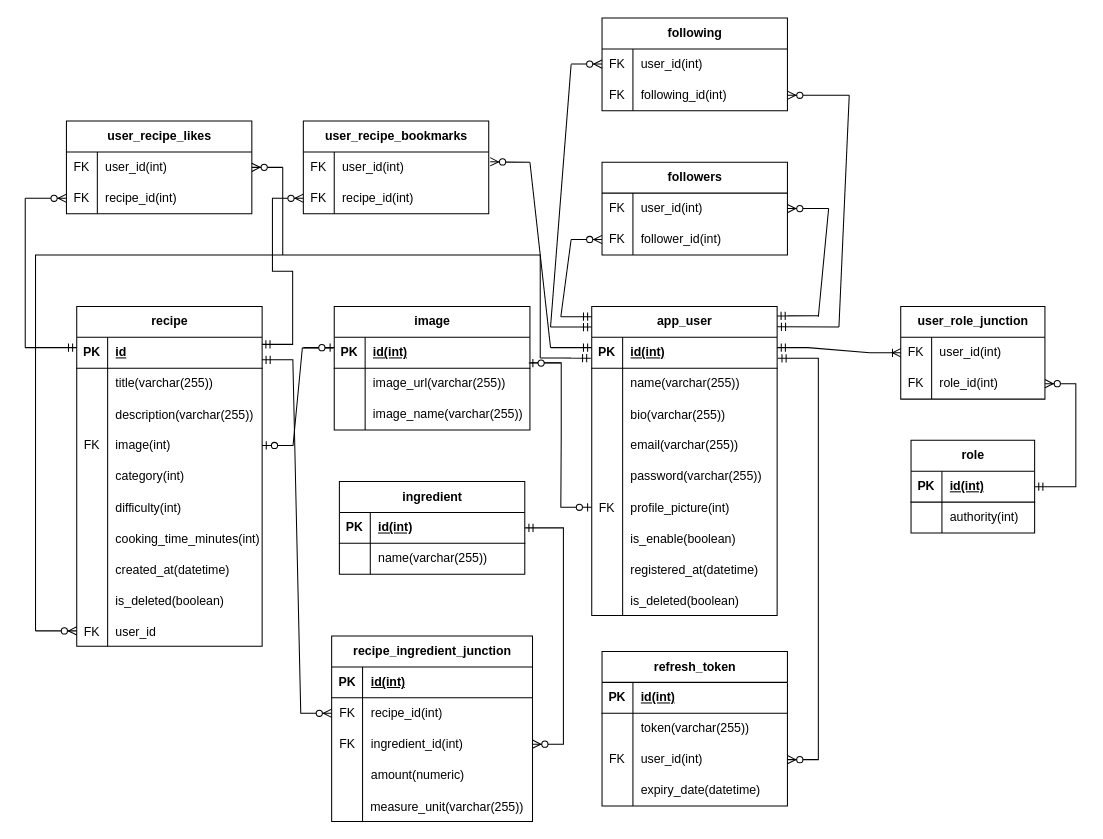
nastenka-ooops/CooksCorner keeps this draw.io diagram as diagrams/ERD.drawio. Above is the earlier version. Source tidied: cells renumbered, new cells numbered last; positions are measured from the earlier drawing's top-left corner, leaving out a move shared by most shapes. Both pictures are drawn from the tidied source at 103%, with x=0, y=0 at pixel (25, 18).
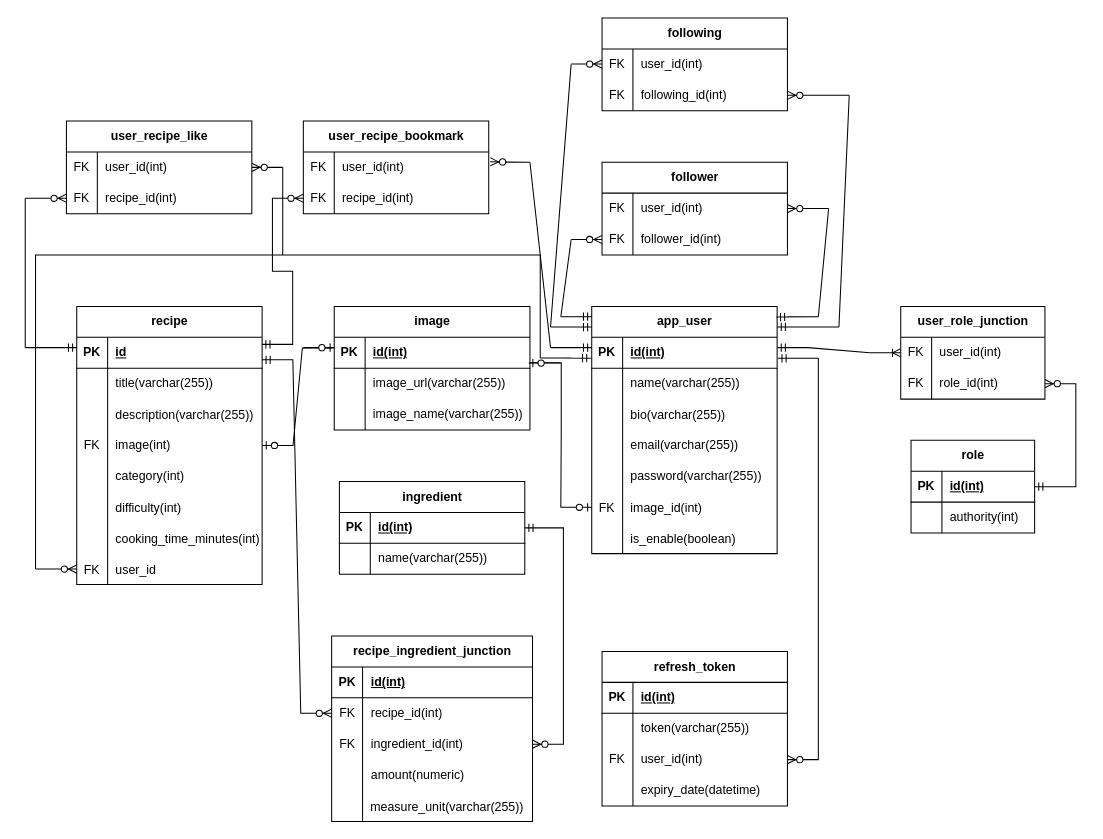
The same diagram, later.

The change refers to these unchanged cells:
```xml
<mxCell id="18" style="shape=tableRow;horizontal=0;startSize=0;swimlaneHead=0;swimlaneBody=0;fillColor=none;points=[[0,0.5],[1,0.5]];portConstraint=eastwest;top=0;left=0;right=0;bottom=0;" parent="2" vertex="1">
  <mxGeometry y="180" width="180" height="30" as="geometry" />
</mxCell>
```

Change to the diagram source:
```diff
@@
     <mxCell id="2" value="app_user" style="shape=table;startSize=30;childLayout=tableLayout;rowLines=0;fontStyle=1;align=center;html=1;" parent="1" vertex="1">
-      <mxGeometry x="550" y="280" width="180" height="300" as="geometry" />
+      <mxGeometry x="550" y="280" width="180" height="240" as="geometry" />
     </mxCell>
@@
-    <mxCell id="20" value="profile_picture(int)" style="shape=partialRectangle;fillColor=none;top=0;left=0;bottom=0;right=0;align=left;spacingLeft=6;overflow=hidden;" parent="18" vertex="1">
+    <mxCell id="20" value="image_id(int)" style="shape=partialRectangle;fillColor=none;top=0;left=0;bottom=0;right=0;align=left;spacingLeft=6;overflow=hidden;" parent="18" vertex="1">
       <mxGeometry x="30" width="150" height="30" as="geometry" />
     </mxCell>
@@
-    <mxCell id="24" style="shape=tableRow;horizontal=0;startSize=0;swimlaneHead=0;swimlaneBody=0;fillColor=none;top=0;left=0;right=0;bottom=0;" parent="2" vertex="1">
-      <mxGeometry y="240" width="180" height="30" as="geometry" />
-    </mxCell>
-    <mxCell id="25" style="shape=partialRectangle;fillColor=none;top=0;left=0;bottom=0;right=0;overflow=hidden;" parent="24" vertex="1">
-      <mxGeometry width="30" height="30" as="geometry" />
-    </mxCell>
-    <mxCell id="26" value="registered_at(datetime)" style="shape=partialRectangle;fillColor=none;top=0;left=0;bottom=0;right=0;align=left;spacingLeft=6;overflow=hidden;" parent="24" vertex="1">
-      <mxGeometry x="30" width="150" height="30" as="geometry" />
-    </mxCell>
-    <mxCell id="27" style="shape=tableRow;horizontal=0;startSize=0;swimlaneHead=0;swimlaneBody=0;fillColor=none;top=0;left=0;right=0;bottom=0;" parent="2" vertex="1">
-      <mxGeometry y="270" width="180" height="30" as="geometry" />
-    </mxCell>
-    <mxCell id="28" style="shape=partialRectangle;fillColor=none;top=0;left=0;bottom=0;right=0;overflow=hidden;" parent="27" vertex="1">
-      <mxGeometry width="30" height="30" as="geometry" />
-    </mxCell>
-    <mxCell id="29" value="is_deleted(boolean)" style="shape=partialRectangle;fillColor=none;top=0;left=0;bottom=0;right=0;align=left;spacingLeft=6;overflow=hidden;" parent="27" vertex="1">
-      <mxGeometry x="30" width="150" height="30" as="geometry" />
-    </mxCell>
@@
     <mxCell id="56" value="recipe" style="shape=table;startSize=30;childLayout=tableLayout;rowLines=0;fontStyle=1;align=center;html=1;" parent="1" vertex="1">
-      <mxGeometry x="50" y="280" width="180" height="330" as="geometry" />
+      <mxGeometry x="50" y="280" width="180" height="270" as="geometry" />
     </mxCell>
@@
-    <mxCell id="78" style="shape=tableRow;horizontal=0;startSize=0;swimlaneHead=0;swimlaneBody=0;fillColor=none;top=0;left=0;right=0;bottom=0;" parent="56" vertex="1">
-      <mxGeometry y="240" width="180" height="30" as="geometry" />
-    </mxCell>
-    <mxCell id="79" style="shape=partialRectangle;fillColor=none;top=0;left=0;bottom=0;right=0;overflow=hidden;" parent="78" vertex="1">
-      <mxGeometry width="30" height="30" as="geometry" />
-    </mxCell>
-    <mxCell id="80" value="created_at(datetime)" style="shape=partialRectangle;fillColor=none;top=0;left=0;bottom=0;right=0;align=left;spacingLeft=6;overflow=hidden;" parent="78" vertex="1">
-      <mxGeometry x="30" width="150" height="30" as="geometry" />
-    </mxCell>
-    <mxCell id="81" style="shape=tableRow;horizontal=0;startSize=0;swimlaneHead=0;swimlaneBody=0;fillColor=none;top=0;left=0;right=0;bottom=0;" parent="56" vertex="1">
-      <mxGeometry y="270" width="180" height="30" as="geometry" />
-    </mxCell>
-    <mxCell id="82" style="shape=partialRectangle;fillColor=none;top=0;left=0;bottom=0;right=0;overflow=hidden;" parent="81" vertex="1">
-      <mxGeometry width="30" height="30" as="geometry" />
-    </mxCell>
-    <mxCell id="83" value="is_deleted(boolean)" style="shape=partialRectangle;fillColor=none;top=0;left=0;bottom=0;right=0;align=left;spacingLeft=6;overflow=hidden;" parent="81" vertex="1">
-      <mxGeometry x="30" width="150" height="30" as="geometry" />
-    </mxCell>
     <mxCell id="84" style="shape=tableRow;horizontal=0;startSize=0;swimlaneHead=0;swimlaneBody=0;fillColor=none;points=[[0,0.5],[1,0.5]];portConstraint=eastwest;top=0;left=0;right=0;bottom=0;" parent="56" vertex="1">
-      <mxGeometry y="300" width="180" height="30" as="geometry" />
+      <mxGeometry y="240" width="180" height="30" as="geometry" />
     </mxCell>
@@
     <mxCell id="130" style="edgeStyle=entityRelationEdgeStyle;fontSize=12;html=1;endArrow=ERzeroToMany;endFill=1;rounded=0;entryX=0;entryY=0.5;entryDx=0;entryDy=0;" parent="1" edge="1" target="84">
       <mxGeometry relative="1" as="geometry">
-        <mxPoint x="10" y="595" as="sourcePoint" />
+        <mxPoint x="10" y="535" as="sourcePoint" />
       </mxGeometry>
     </mxCell>
@@
     <mxCell id="132" style="endArrow=none;html=1;rounded=0;" parent="1" edge="1">
       <mxGeometry relative="1" as="geometry">
-        <mxPoint x="10" y="595" as="sourcePoint" />
+        <mxPoint x="10" y="535" as="sourcePoint" />
         <mxPoint x="500" y="330" as="targetPoint" />
         <Array as="points">
           <mxPoint x="10" y="230" />
           <mxPoint x="500" y="230" />
         </Array>
       </mxGeometry>
     </mxCell>
-    <mxCell id="133" value="followers" style="shape=table;startSize=30;childLayout=tableLayout;rowLines=0;fontStyle=1;align=center;html=1;" parent="1" vertex="1">
+    <mxCell id="133" value="follower" style="shape=table;startSize=30;childLayout=tableLayout;rowLines=0;fontStyle=1;align=center;html=1;" parent="1" vertex="1">
       <mxGeometry x="560" y="140" width="180" height="90" as="geometry" />
     </mxCell>
@@
-    <mxCell id="148" style="edgeStyle=entityRelationEdgeStyle;fontSize=12;html=1;endArrow=ERmandOne;rounded=0;entryX=0.999;entryY=0.031;entryDx=0;entryDy=0;entryPerimeter=0;" parent="1" edge="1" target="2">
+    <mxCell id="148" style="edgeStyle=entityRelationEdgeStyle;fontSize=12;html=1;endArrow=ERmandOne;rounded=0;entryX=0.996;entryY=0.043;entryDx=0;entryDy=0;entryPerimeter=0;" parent="1" edge="1" target="2">
       <mxGeometry relative="1" as="geometry">
-        <mxPoint x="740" y="289" as="sourcePoint" />
+        <mxPoint x="740" y="290" as="sourcePoint" />
       </mxGeometry>
     </mxCell>
@@
-    <mxCell id="150" style="edgeStyle=entityRelationEdgeStyle;fontSize=12;html=1;endArrow=ERmandOne;rounded=0;entryX=1.001;entryY=0.066;entryDx=0;entryDy=0;entryPerimeter=0;" parent="1" edge="1" target="2">
+    <mxCell id="150" style="edgeStyle=entityRelationEdgeStyle;fontSize=12;html=1;endArrow=ERmandOne;rounded=0;entryX=1;entryY=0.083;entryDx=0;entryDy=0;entryPerimeter=0;" parent="1" edge="1" target="2">
       <mxGeometry relative="1" as="geometry">
         <mxPoint x="760" y="300" as="sourcePoint" />
         <Array as="points">
           <mxPoint x="790" y="300" />
           <mxPoint x="790" y="300" />
           <mxPoint x="790" y="300" />
         </Array>
       </mxGeometry>
     </mxCell>
@@
-    <mxCell id="159" value="user_recipe_likes" style="shape=table;startSize=30;childLayout=tableLayout;rowLines=0;fontStyle=1;align=center;html=1;" parent="1" vertex="1">
+    <mxCell id="159" value="user_recipe_like" style="shape=table;startSize=30;childLayout=tableLayout;rowLines=0;fontStyle=1;align=center;html=1;" parent="1" vertex="1">
       <mxGeometry x="40" y="100" width="180" height="90" as="geometry" />
     </mxCell>
@@
-    <mxCell id="166" value="user_recipe_bookmarks" style="shape=table;startSize=30;childLayout=tableLayout;rowLines=0;fontStyle=1;align=center;html=1;" parent="1" vertex="1">
+    <mxCell id="166" value="user_recipe_bookmark" style="shape=table;startSize=30;childLayout=tableLayout;rowLines=0;fontStyle=1;align=center;html=1;" parent="1" vertex="1">
       <mxGeometry x="270" y="100" width="180" height="90" as="geometry" />
     </mxCell>
```
